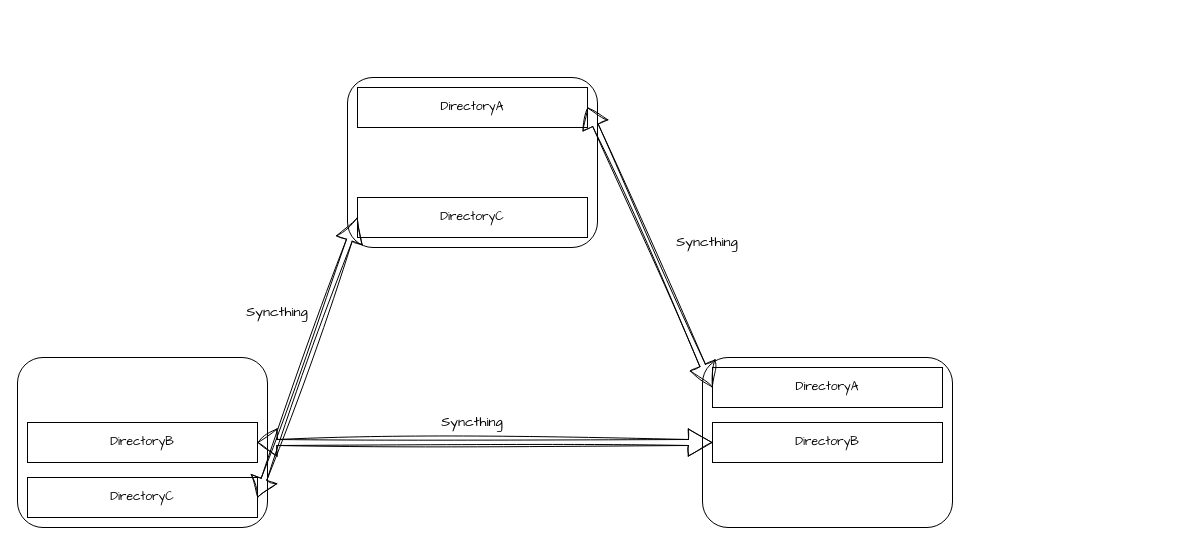
This is architecture/文件传输.drawio from LanSeTianYe/draw, a draw.io file, before an edit. Source tidied: cells renumbered, new cells numbered last; positions are measured from the earlier drawing's top-left corner, leaving out a move shared by most shapes. Both pictures are drawn from the tidied source at 100%, with x=0, y=0 at pixel (17, 77).
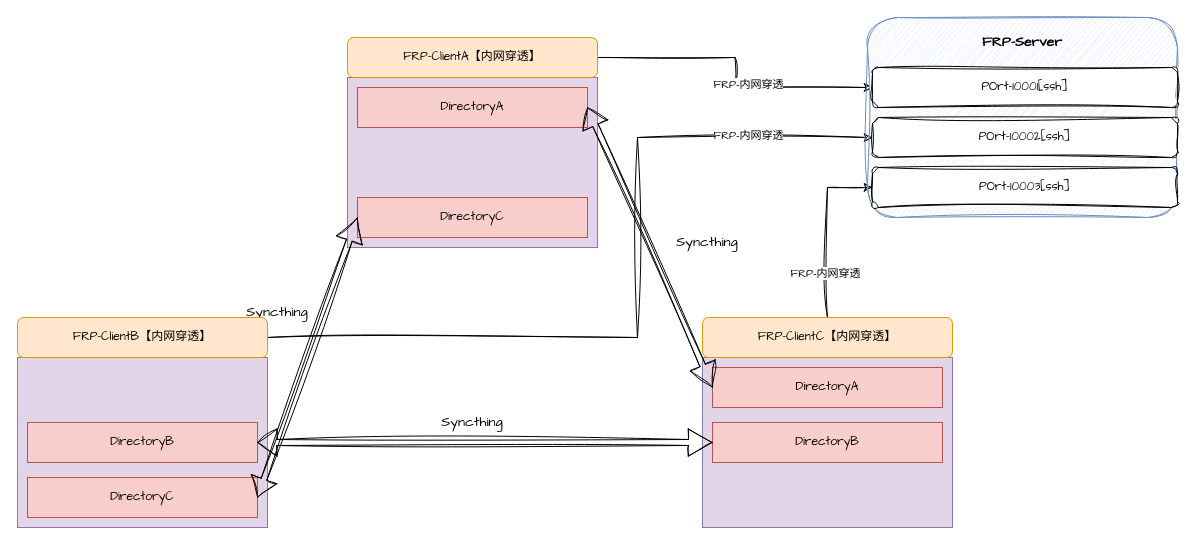
The same page after the edit.

Commit message (it also covers changes not shown here):
更新文件传输.drawio

The edit, as a diff of the source:
```diff
@@
-    <mxCell id="2" style="rounded=1;whiteSpace=wrap;html=1;hachureGap=4;fontFamily=Architects Daughter;fillColor=default;" parent="1" vertex="1">
+    <mxCell id="2" style="rounded=0;whiteSpace=wrap;html=1;hachureGap=4;fontFamily=Architects Daughter;fillColor=#e1d5e7;strokeColor=#9673a6;" parent="1" vertex="1">
       <mxGeometry x="330" width="250" height="170" as="geometry" />
     </mxCell>
-    <mxCell id="3" value="DirectoryA" style="rounded=0;whiteSpace=wrap;html=1;hachureGap=4;fontFamily=Architects Daughter;" parent="1" vertex="1">
+    <mxCell id="3" value="DirectoryA" style="rounded=0;whiteSpace=wrap;html=1;hachureGap=4;fontFamily=Architects Daughter;fillColor=#f8cecc;strokeColor=#b85450;" parent="1" vertex="1">
       <mxGeometry x="340" y="10" width="230" height="40" as="geometry" />
     </mxCell>
-    <mxCell id="4" value="DirectoryC" style="rounded=0;whiteSpace=wrap;html=1;hachureGap=4;fontFamily=Architects Daughter;" parent="1" vertex="1">
+    <mxCell id="4" value="DirectoryC" style="rounded=0;whiteSpace=wrap;html=1;hachureGap=4;fontFamily=Architects Daughter;fillColor=#f8cecc;strokeColor=#b85450;" parent="1" vertex="1">
       <mxGeometry x="340" y="120" width="230" height="40" as="geometry" />
     </mxCell>
-    <mxCell id="5" style="rounded=1;whiteSpace=wrap;html=1;hachureGap=4;fontFamily=Architects Daughter;fillColor=default;" parent="1" vertex="1">
+    <mxCell id="5" style="rounded=0;whiteSpace=wrap;html=1;hachureGap=4;fontFamily=Architects Daughter;fillColor=#e1d5e7;strokeColor=#9673a6;" parent="1" vertex="1">
       <mxGeometry y="280" width="250" height="170" as="geometry" />
     </mxCell>
-    <mxCell id="6" value="DirectoryB" style="rounded=0;whiteSpace=wrap;html=1;hachureGap=4;fontFamily=Architects Daughter;" parent="1" vertex="1">
+    <mxCell id="6" value="DirectoryB" style="rounded=0;whiteSpace=wrap;html=1;hachureGap=4;fontFamily=Architects Daughter;fillColor=#f8cecc;strokeColor=#b85450;" parent="1" vertex="1">
       <mxGeometry x="10" y="345" width="230" height="40" as="geometry" />
     </mxCell>
-    <mxCell id="7" value="DirectoryC" style="rounded=0;whiteSpace=wrap;html=1;hachureGap=4;fontFamily=Architects Daughter;" parent="1" vertex="1">
+    <mxCell id="7" value="DirectoryC" style="rounded=0;whiteSpace=wrap;html=1;hachureGap=4;fontFamily=Architects Daughter;fillColor=#f8cecc;strokeColor=#b85450;" parent="1" vertex="1">
       <mxGeometry x="10" y="400" width="230" height="40" as="geometry" />
     </mxCell>
-    <mxCell id="8" style="rounded=1;whiteSpace=wrap;html=1;hachureGap=4;fontFamily=Architects Daughter;fillColor=default;" parent="1" vertex="1">
+    <mxCell id="8" style="rounded=0;whiteSpace=wrap;html=1;hachureGap=4;fontFamily=Architects Daughter;fillColor=#e1d5e7;strokeColor=#9673a6;" parent="1" vertex="1">
       <mxGeometry x="685" y="280" width="250" height="170" as="geometry" />
     </mxCell>
-    <mxCell id="9" value="DirectoryA" style="rounded=0;whiteSpace=wrap;html=1;hachureGap=4;fontFamily=Architects Daughter;" parent="1" vertex="1">
+    <mxCell id="9" value="DirectoryA" style="rounded=0;whiteSpace=wrap;html=1;hachureGap=4;fontFamily=Architects Daughter;fillColor=#f8cecc;strokeColor=#b85450;" parent="1" vertex="1">
       <mxGeometry x="695" y="290" width="230" height="40" as="geometry" />
     </mxCell>
-    <mxCell id="10" value="DirectoryB" style="rounded=0;whiteSpace=wrap;html=1;hachureGap=4;fontFamily=Architects Daughter;" parent="1" vertex="1">
+    <mxCell id="10" value="DirectoryB" style="rounded=0;whiteSpace=wrap;html=1;hachureGap=4;fontFamily=Architects Daughter;fillColor=#f8cecc;strokeColor=#b85450;" parent="1" vertex="1">
       <mxGeometry x="695" y="345" width="230" height="40" as="geometry" />
     </mxCell>
@@
+    <mxCell id="17" style="edgeStyle=orthogonalEdgeStyle;rounded=0;sketch=1;hachureGap=4;jiggle=2;curveFitting=1;jettySize=auto;html=1;exitX=1;exitY=0.5;exitDx=0;exitDy=0;fontFamily=Architects Daughter;" parent="1" edge="1" source="19" target="28">
+      <mxGeometry relative="1" as="geometry" />
+    </mxCell>
+    <mxCell id="18" value="FRP-内网穿透" style="edgeLabel;html=1;align=center;verticalAlign=middle;sketch=1;hachureGap=4;jiggle=2;curveFitting=1;fontFamily=Architects Daughter;" parent="17" vertex="1">
+      <mxGeometry x="0.18" y="4" relative="1" as="geometry" />
+    </mxCell>
+    <mxCell id="19" value="FRP-ClientA【内网穿透】" style="rounded=1;whiteSpace=wrap;html=1;hachureGap=4;fontFamily=Architects Daughter;fillColor=#ffe6cc;strokeColor=#d79b00;" parent="1" vertex="1">
+      <mxGeometry x="330" y="-40" width="250" height="40" as="geometry" />
+    </mxCell>
+    <mxCell id="20" style="edgeStyle=orthogonalEdgeStyle;rounded=0;sketch=1;hachureGap=4;jiggle=2;curveFitting=1;jettySize=auto;html=1;exitX=1;exitY=0.5;exitDx=0;exitDy=0;entryX=0;entryY=0.5;entryDx=0;entryDy=0;fontFamily=Architects Daughter;" parent="1" edge="1" source="22" target="29">
+      <mxGeometry relative="1" as="geometry">
+        <Array as="points">
+          <mxPoint x="620" y="260" />
+          <mxPoint x="620" y="60" />
+        </Array>
+      </mxGeometry>
+    </mxCell>
+    <mxCell id="21" value="FRP-内网穿透" style="edgeLabel;html=1;align=center;verticalAlign=middle;sketch=1;hachureGap=4;jiggle=2;curveFitting=1;fontFamily=Architects Daughter;" parent="20" vertex="1">
+      <mxGeometry x="0.69" y="3" relative="1" as="geometry" />
+    </mxCell>
+    <mxCell id="22" value="FRP-ClientB【内网穿透】" style="rounded=1;whiteSpace=wrap;html=1;hachureGap=4;fontFamily=Architects Daughter;fillColor=#ffe6cc;strokeColor=#d79b00;" parent="1" vertex="1">
+      <mxGeometry y="240" width="250" height="40" as="geometry" />
+    </mxCell>
+    <mxCell id="23" style="edgeStyle=orthogonalEdgeStyle;rounded=0;sketch=1;hachureGap=4;jiggle=2;curveFitting=1;jettySize=auto;html=1;exitX=0.5;exitY=0;exitDx=0;exitDy=0;entryX=0;entryY=0.5;entryDx=0;entryDy=0;fontFamily=Architects Daughter;" parent="1" edge="1" source="25" target="30">
+      <mxGeometry relative="1" as="geometry" />
+    </mxCell>
+    <mxCell id="24" value="FRP-内网穿透" style="edgeLabel;html=1;align=center;verticalAlign=middle;sketch=1;hachureGap=4;jiggle=2;curveFitting=1;fontFamily=Architects Daughter;" parent="23" vertex="1">
+      <mxGeometry x="-0.49" y="3" relative="1" as="geometry" />
+    </mxCell>
+    <mxCell id="25" value="FRP-ClientC【内网穿透】" style="rounded=1;whiteSpace=wrap;html=1;hachureGap=4;fontFamily=Architects Daughter;fillColor=#ffe6cc;strokeColor=#d79b00;" parent="1" vertex="1">
+      <mxGeometry x="685" y="240" width="250" height="40" as="geometry" />
+    </mxCell>
+    <mxCell id="26" style="rounded=1;whiteSpace=wrap;html=1;sketch=1;hachureGap=4;jiggle=2;curveFitting=1;fontFamily=Architects Daughter;fillColor=#dae8fc;strokeColor=#6c8ebf;" parent="1" vertex="1">
+      <mxGeometry x="850" y="-60" width="310" height="200" as="geometry" />
+    </mxCell>
+    <mxCell id="27" value="&lt;b&gt;&lt;font style=&quot;font-size: 14px;&quot;&gt;FRP-Server&lt;/font&gt;&lt;/b&gt;" style="text;html=1;align=center;verticalAlign=middle;whiteSpace=wrap;rounded=0;fontFamily=Architects Daughter;" parent="1" vertex="1">
+      <mxGeometry x="855" y="-50" width="300" height="30" as="geometry" />
+    </mxCell>
+    <mxCell id="28" value="POrt-10001[ssh]" style="rounded=1;whiteSpace=wrap;html=1;sketch=1;hachureGap=4;jiggle=2;curveFitting=1;fontFamily=Architects Daughter;" parent="1" vertex="1">
+      <mxGeometry x="855" y="-10" width="305" height="40" as="geometry" />
+    </mxCell>
+    <mxCell id="29" value="POrt-10002[ssh]" style="rounded=1;whiteSpace=wrap;html=1;sketch=1;hachureGap=4;jiggle=2;curveFitting=1;fontFamily=Architects Daughter;" parent="1" vertex="1">
+      <mxGeometry x="855" y="40" width="305" height="40" as="geometry" />
+    </mxCell>
+    <mxCell id="30" value="POrt-10003[ssh]" style="rounded=1;whiteSpace=wrap;html=1;sketch=1;hachureGap=4;jiggle=2;curveFitting=1;fontFamily=Architects Daughter;" parent="1" vertex="1">
+      <mxGeometry x="855" y="90" width="305" height="40" as="geometry" />
+    </mxCell>
```
